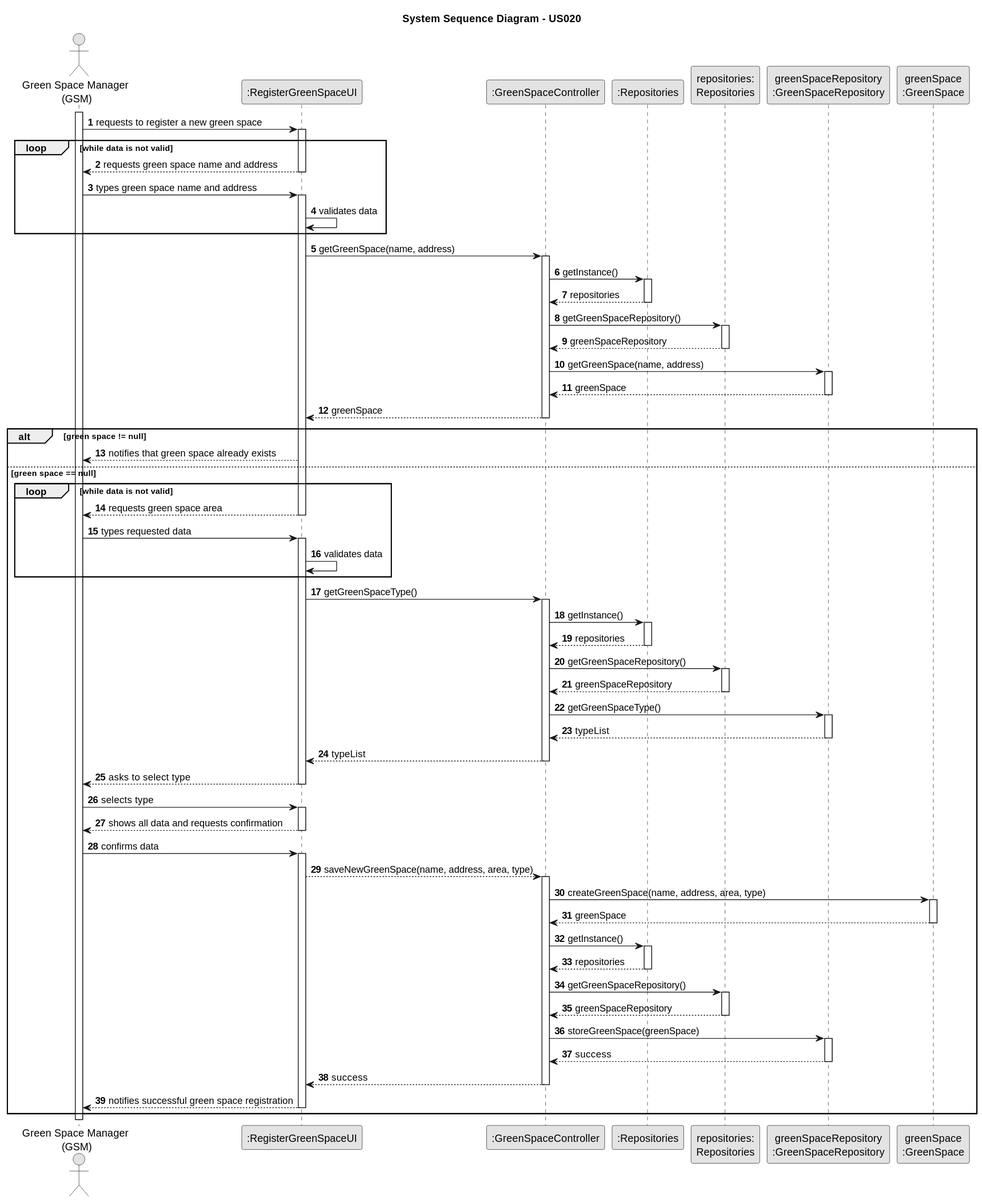
The PlantUML diagram docs/sprintC/us020/03.design/svg/us020-sequence-diagram-full.svg in RicardoMorim/lapr2-ISEP-Project, before a commit.
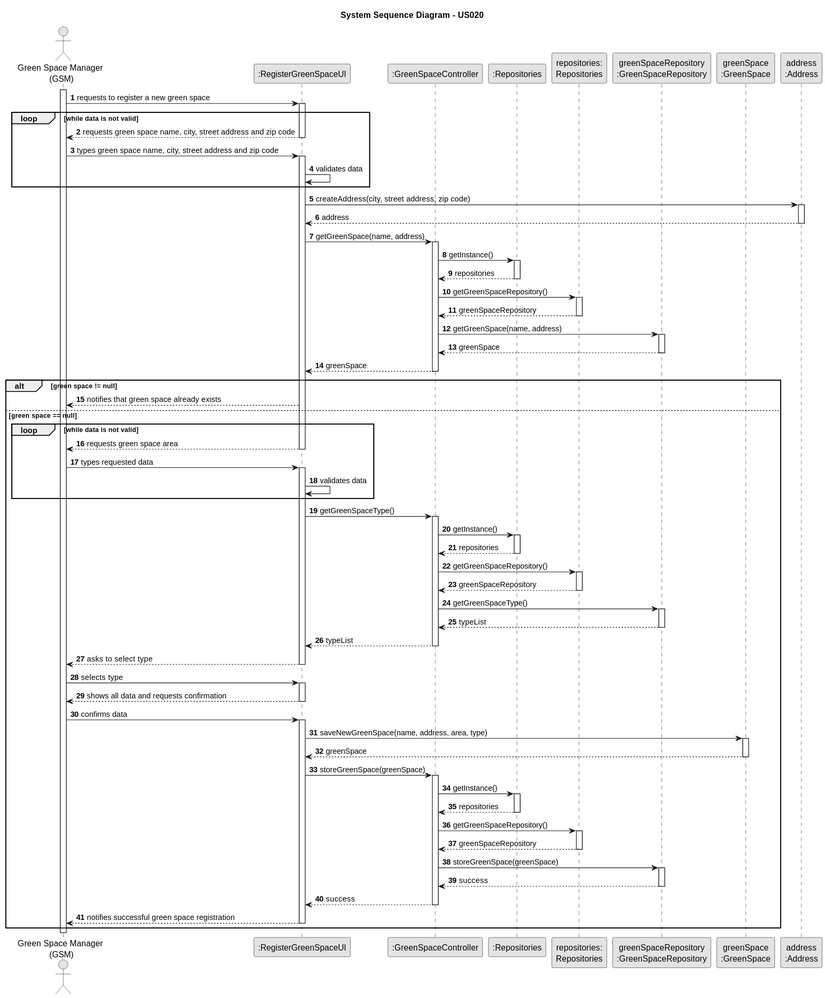
Later version of the same file.

Diff of the diagram source:
```diff
@@ -14,18 +14,24 @@
 participant "repositories:\nRepositories" as PLAT
 participant "greenSpaceRepository\n:GreenSpaceRepository" as Repository
 participant "greenSpace\n:GreenSpace" as GS
+participant "address\n:Address" as Address
 activate GRM
 
 GRM -> UI : requests to register a new green space
 activate UI
 loop while data is not valid
-UI --> GRM : requests green space name and address
+UI --> GRM : requests green space name, city, street address and zip code
 deactivate UI
-GRM -> UI : types green space name and address
+GRM -> UI : types green space name, city, street address and zip code
 activate UI
 UI -> UI: validates data
 end
-UI -> Controller : getGreenSpace(name, address)
+UI -> Address : createAddress(city, street address, zip code)
+activate Address
+Address --> UI : address
+deactivate Address
+deactivate Controller
+UI -> Controller: getGreenSpace(name, address)
 activate Controller
 Controller -> RepositorySingleton : getInstance()
                                         activate RepositorySingleton
@@ -83,12 +89,12 @@
 deactivate UI
     GRM -> UI : confirms data
     activate UI
-    UI --> Controller: saveNewGreenSpace(name, address, area, type)
-    activate Controller
-    Controller -> GS: createGreenSpace(name, address, area, type)
+    UI -> GS: saveNewGreenSpace(name, address, area, type)
     activate GS
-   GS --> Controller :greenSpace
+   GS --> UI :greenSpace
    deactivate GS
+   UI -> Controller: storeGreenSpace(greenSpace)
+   activate Controller
    Controller -> RepositorySingleton : getInstance()
                                                activate RepositorySingleton
 
```
